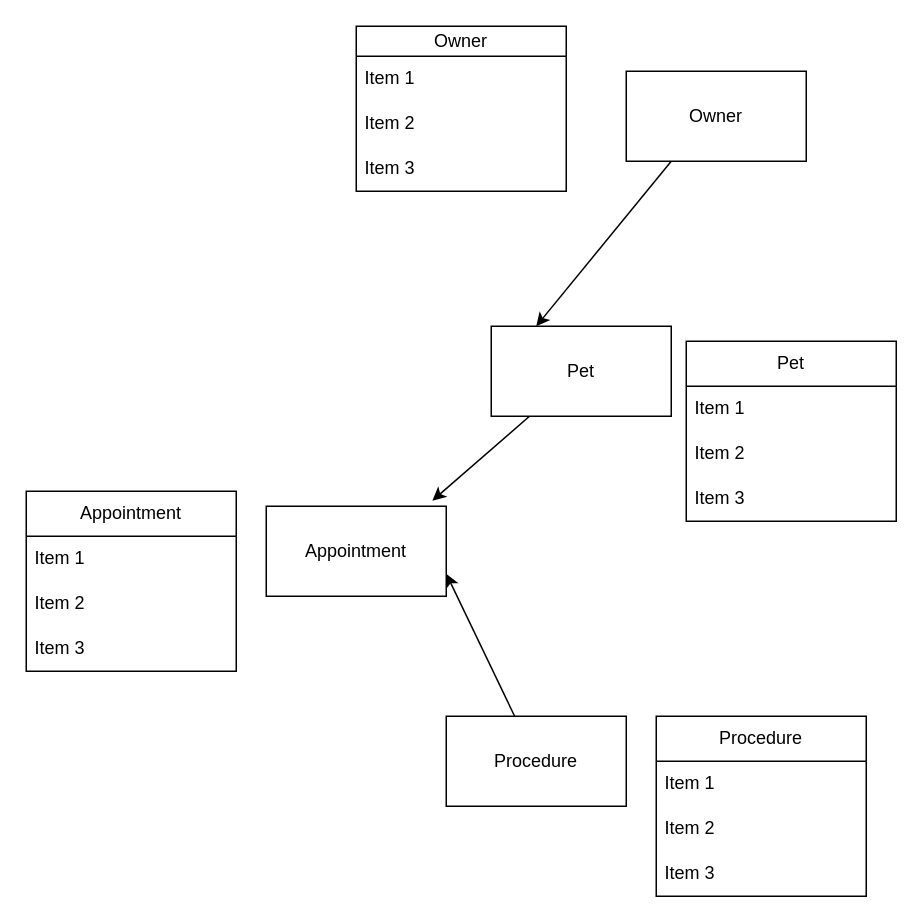
This is page "Page-1" (1 of 2) of phase-three/06_sql_fundamentals/relationships.drawio from emileypalmquist/ntl-se-012725, a draw.io file, before an edit. Source tidied: cells renumbered, new cells numbered last; positions are measured from the earlier drawing's top-left corner, leaving out a move shared by most shapes. Both pictures are drawn from the tidied source at 150%, with x=0, y=0 at pixel (26, 26).
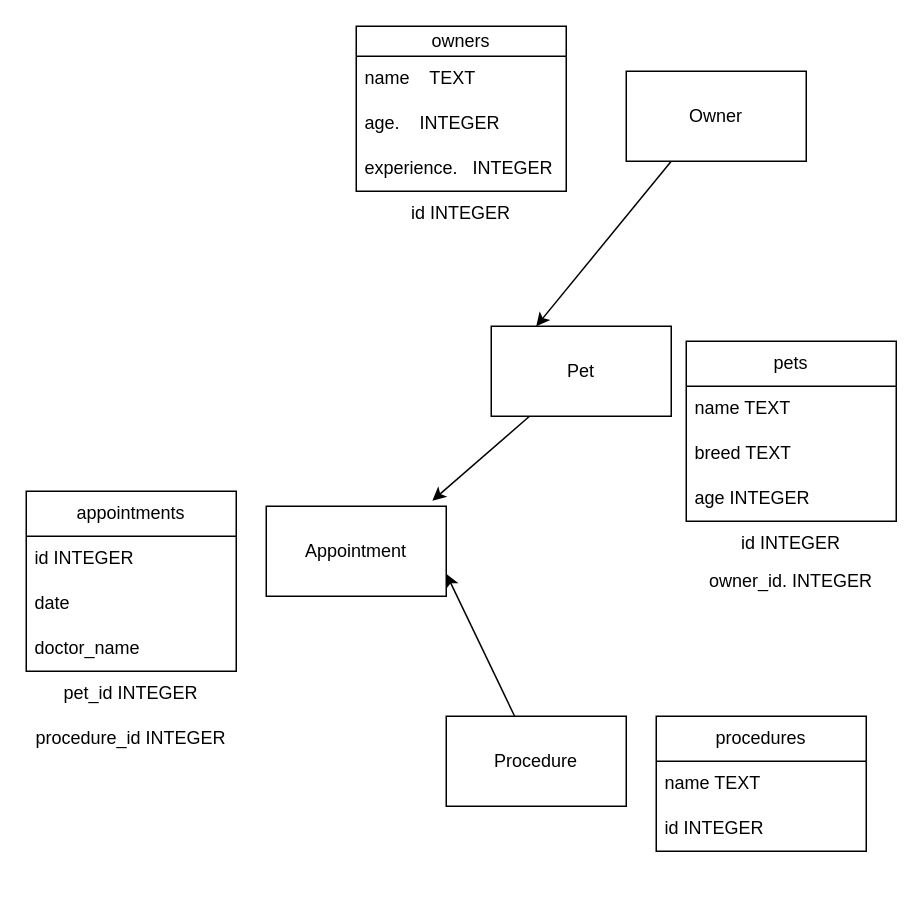
After the change.

Change to the diagram source:
```diff
@@
-    <mxCell id="8" value="Owner" style="swimlane;fontStyle=0;horizontal=1;startSize=20;whiteSpace=wrap;html=1;" parent="1" vertex="1">
+    <mxCell id="8" value="owners" style="swimlane;fontStyle=0;horizontal=1;startSize=20;whiteSpace=wrap;html=1;" parent="1" vertex="1">
       <mxGeometry x="220" width="140" height="110" as="geometry" />
     </mxCell>
-    <mxCell id="9" value="Item 1" style="text;strokeColor=none;fillColor=none;align=left;verticalAlign=middle;spacingLeft=4;spacingRight=4;overflow=hidden;whiteSpace=wrap;html=1;" parent="8" vertex="1">
+    <mxCell id="9" value="name&amp;nbsp; &amp;nbsp; TEXT" style="text;strokeColor=none;fillColor=none;align=left;verticalAlign=middle;spacingLeft=4;spacingRight=4;overflow=hidden;whiteSpace=wrap;html=1;" parent="8" vertex="1">
       <mxGeometry y="20" width="140" height="30" as="geometry" />
     </mxCell>
-    <mxCell id="10" value="Item 2" style="text;strokeColor=none;fillColor=none;align=left;verticalAlign=middle;spacingLeft=4;spacingRight=4;overflow=hidden;whiteSpace=wrap;html=1;" parent="8" vertex="1">
+    <mxCell id="10" value="age.&amp;nbsp; &amp;nbsp; INTEGER" style="text;strokeColor=none;fillColor=none;align=left;verticalAlign=middle;spacingLeft=4;spacingRight=4;overflow=hidden;whiteSpace=wrap;html=1;" parent="8" vertex="1">
       <mxGeometry y="50" width="140" height="30" as="geometry" />
     </mxCell>
-    <mxCell id="11" value="Item 3" style="text;strokeColor=none;fillColor=none;align=left;verticalAlign=middle;spacingLeft=4;spacingRight=4;overflow=hidden;whiteSpace=wrap;html=1;" parent="8" vertex="1">
+    <mxCell id="11" value="experience.&amp;nbsp; &amp;nbsp;INTEGER" style="text;strokeColor=none;fillColor=none;align=left;verticalAlign=middle;spacingLeft=4;spacingRight=4;overflow=hidden;whiteSpace=wrap;html=1;" parent="8" vertex="1">
       <mxGeometry y="80" width="140" height="30" as="geometry" />
     </mxCell>
-    <mxCell id="12" value="Pet" style="swimlane;fontStyle=0;horizontal=1;startSize=30;whiteSpace=wrap;html=1;" parent="1" vertex="1">
+    <mxCell id="12" value="pets" style="swimlane;fontStyle=0;horizontal=1;startSize=30;whiteSpace=wrap;html=1;" parent="1" vertex="1">
       <mxGeometry x="440" y="210" width="140" height="120" as="geometry" />
     </mxCell>
-    <mxCell id="13" value="Item 1" style="text;strokeColor=none;fillColor=none;align=left;verticalAlign=middle;spacingLeft=4;spacingRight=4;overflow=hidden;whiteSpace=wrap;html=1;" parent="12" vertex="1">
+    <mxCell id="13" value="name TEXT" style="text;strokeColor=none;fillColor=none;align=left;verticalAlign=middle;spacingLeft=4;spacingRight=4;overflow=hidden;whiteSpace=wrap;html=1;" parent="12" vertex="1">
       <mxGeometry y="30" width="140" height="30" as="geometry" />
     </mxCell>
-    <mxCell id="14" value="Item 2" style="text;strokeColor=none;fillColor=none;align=left;verticalAlign=middle;spacingLeft=4;spacingRight=4;overflow=hidden;whiteSpace=wrap;html=1;" parent="12" vertex="1">
+    <mxCell id="14" value="breed TEXT" style="text;strokeColor=none;fillColor=none;align=left;verticalAlign=middle;spacingLeft=4;spacingRight=4;overflow=hidden;whiteSpace=wrap;html=1;" parent="12" vertex="1">
       <mxGeometry y="60" width="140" height="30" as="geometry" />
     </mxCell>
-    <mxCell id="15" value="Item 3" style="text;strokeColor=none;fillColor=none;align=left;verticalAlign=middle;spacingLeft=4;spacingRight=4;overflow=hidden;whiteSpace=wrap;html=1;" parent="12" vertex="1">
+    <mxCell id="15" value="age INTEGER" style="text;strokeColor=none;fillColor=none;align=left;verticalAlign=middle;spacingLeft=4;spacingRight=4;overflow=hidden;whiteSpace=wrap;html=1;" parent="12" vertex="1">
       <mxGeometry y="90" width="140" height="30" as="geometry" />
     </mxCell>
-    <mxCell id="16" value="Appointment" style="swimlane;fontStyle=0;horizontal=1;startSize=30;whiteSpace=wrap;html=1;" parent="1" vertex="1">
+    <mxCell id="16" value="appointments" style="swimlane;fontStyle=0;horizontal=1;startSize=30;whiteSpace=wrap;html=1;" parent="1" vertex="1">
       <mxGeometry y="310" width="140" height="120" as="geometry" />
     </mxCell>
-    <mxCell id="17" value="Item 1" style="text;strokeColor=none;fillColor=none;align=left;verticalAlign=middle;spacingLeft=4;spacingRight=4;overflow=hidden;whiteSpace=wrap;html=1;" parent="16" vertex="1">
+    <mxCell id="17" value="id INTEGER" style="text;strokeColor=none;fillColor=none;align=left;verticalAlign=middle;spacingLeft=4;spacingRight=4;overflow=hidden;whiteSpace=wrap;html=1;" parent="16" vertex="1">
       <mxGeometry y="30" width="140" height="30" as="geometry" />
     </mxCell>
-    <mxCell id="18" value="Item 2" style="text;strokeColor=none;fillColor=none;align=left;verticalAlign=middle;spacingLeft=4;spacingRight=4;overflow=hidden;whiteSpace=wrap;html=1;" parent="16" vertex="1">
+    <mxCell id="18" value="date" style="text;strokeColor=none;fillColor=none;align=left;verticalAlign=middle;spacingLeft=4;spacingRight=4;overflow=hidden;whiteSpace=wrap;html=1;" parent="16" vertex="1">
       <mxGeometry y="60" width="140" height="30" as="geometry" />
     </mxCell>
-    <mxCell id="19" value="Item 3" style="text;strokeColor=none;fillColor=none;align=left;verticalAlign=middle;spacingLeft=4;spacingRight=4;overflow=hidden;whiteSpace=wrap;html=1;" parent="16" vertex="1">
+    <mxCell id="19" value="doctor_name" style="text;strokeColor=none;fillColor=none;align=left;verticalAlign=middle;spacingLeft=4;spacingRight=4;overflow=hidden;whiteSpace=wrap;html=1;" parent="16" vertex="1">
       <mxGeometry y="90" width="140" height="30" as="geometry" />
     </mxCell>
-    <mxCell id="20" value="Procedure" style="swimlane;fontStyle=0;horizontal=1;startSize=30;whiteSpace=wrap;html=1;" parent="1" vertex="1">
-      <mxGeometry x="420" y="460" width="140" height="120" as="geometry" />
+    <mxCell id="20" value="procedures" style="swimlane;fontStyle=0;horizontal=1;startSize=30;whiteSpace=wrap;html=1;" parent="1" vertex="1">
+      <mxGeometry x="420" y="460" width="140" height="90" as="geometry" />
     </mxCell>
-    <mxCell id="21" value="Item 1" style="text;strokeColor=none;fillColor=none;align=left;verticalAlign=middle;spacingLeft=4;spacingRight=4;overflow=hidden;whiteSpace=wrap;html=1;" parent="20" vertex="1">
+    <mxCell id="21" value="name TEXT" style="text;strokeColor=none;fillColor=none;align=left;verticalAlign=middle;spacingLeft=4;spacingRight=4;overflow=hidden;whiteSpace=wrap;html=1;" parent="20" vertex="1">
       <mxGeometry y="30" width="140" height="30" as="geometry" />
     </mxCell>
-    <mxCell id="22" value="Item 2" style="text;strokeColor=none;fillColor=none;align=left;verticalAlign=middle;spacingLeft=4;spacingRight=4;overflow=hidden;whiteSpace=wrap;html=1;" parent="20" vertex="1">
-      <mxGeometry y="60" width="140" height="30" as="geometry" />
-    </mxCell>
-    <mxCell id="23" value="Item 3" style="text;strokeColor=none;fillColor=none;align=left;verticalAlign=middle;spacingLeft=4;spacingRight=4;overflow=hidden;whiteSpace=wrap;html=1;" parent="20" vertex="1">
-      <mxGeometry y="90" width="140" height="30" as="geometry" />
+    <mxCell id="23" value="id INTEGER" style="text;strokeColor=none;fillColor=none;align=left;verticalAlign=middle;spacingLeft=4;spacingRight=4;overflow=hidden;whiteSpace=wrap;html=1;" parent="20" vertex="1">
+      <mxGeometry y="60" width="140" height="30" as="geometry" />
     </mxCell>
@@
+    <mxCell id="25" value="id INTEGER" style="text;html=1;align=center;verticalAlign=middle;whiteSpace=wrap;rounded=0;" parent="1" vertex="1">
+      <mxGeometry x="220" y="110" width="140" height="30" as="geometry" />
+    </mxCell>
+    <mxCell id="26" value="id INTEGER" style="text;html=1;align=center;verticalAlign=middle;whiteSpace=wrap;rounded=0;" parent="1" vertex="1">
+      <mxGeometry x="440" y="330" width="140" height="30" as="geometry" />
+    </mxCell>
+    <mxCell id="27" value="owner_id. INTEGER" style="text;html=1;align=center;verticalAlign=middle;whiteSpace=wrap;rounded=0;" parent="1" vertex="1">
+      <mxGeometry x="440" y="355" width="140" height="30" as="geometry" />
+    </mxCell>
+    <mxCell id="28" value="pet_id INTEGER" style="text;html=1;align=center;verticalAlign=middle;whiteSpace=wrap;rounded=0;" parent="1" vertex="1">
+      <mxGeometry y="430" width="140" height="30" as="geometry" />
+    </mxCell>
+    <mxCell id="29" value="procedure_id INTEGER" style="text;html=1;align=center;verticalAlign=middle;whiteSpace=wrap;rounded=0;" parent="1" vertex="1">
+      <mxGeometry y="460" width="140" height="30" as="geometry" />
+    </mxCell>
```
